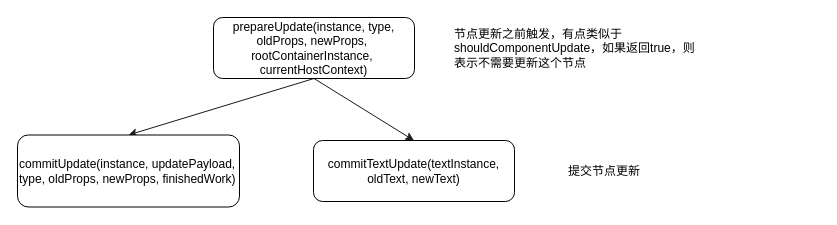
Above: page "第 5 页" (5 of 6) of source/_drawio/remax.drawio in ivan-94/bobi.ink (draw.io), before the change. Source tidied: cells renumbered, new cells numbered last; positions are measured from the earlier drawing's top-left corner, leaving out a move shared by most shapes. Both pictures are drawn from the tidied source at 100%, with x=0, y=0 at pixel (17, 17).
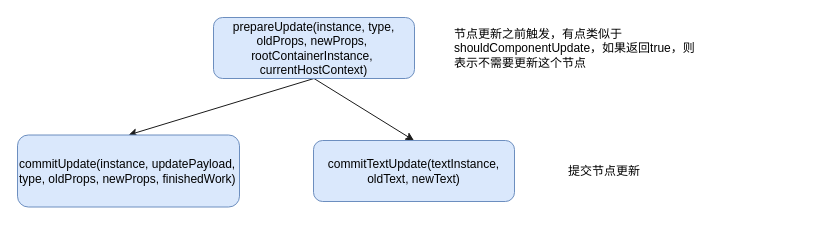
The same diagram, later.

Commit message (it also covers changes not shown here):
feat: remax 完成大体

What changed in the source:
```diff
@@
 <mxGraphModel>
   <root>
     <mxCell id="0" />
     <mxCell id="1" parent="0" />
     <mxCell id="2" style="rounded=0;jettySize=auto;html=1;exitX=0.5;exitY=1;exitDx=0;exitDy=0;entryX=0.5;entryY=0;entryDx=0;entryDy=0;strokeColor=#1A1A1A;" parent="1" edge="1" source="4" target="8">
       <mxGeometry relative="1" as="geometry" />
     </mxCell>
     <mxCell id="3" style="edgeStyle=none;rounded=0;jettySize=auto;html=1;exitX=0.5;exitY=1;exitDx=0;exitDy=0;entryX=0.5;entryY=0;entryDx=0;entryDy=0;strokeColor=#1A1A1A;" parent="1" edge="1" source="4" target="6">
       <mxGeometry relative="1" as="geometry" />
     </mxCell>
-    <mxCell id="4" value="&lt;div&gt;&amp;nbsp;prepareUpdate(&lt;span&gt;instance,&amp;nbsp;&lt;/span&gt;&lt;span&gt;type,&amp;nbsp;&lt;/span&gt;&lt;/div&gt;&lt;div&gt;&lt;span&gt;oldProps,&amp;nbsp;&lt;/span&gt;&lt;span&gt;newProps,&amp;nbsp;&lt;/span&gt;&lt;/div&gt;&lt;div&gt;&lt;span&gt;rootContainerInstance,&amp;nbsp;&lt;/span&gt;&lt;/div&gt;&lt;div&gt;&lt;span&gt;currentHostContext&lt;/span&gt;&lt;span&gt;)&lt;/span&gt;&lt;/div&gt;" style="rounded=1;whiteSpace=wrap;html=1;align=center;" parent="1" vertex="1">
+    <mxCell id="4" value="&lt;div&gt;&amp;nbsp;prepareUpdate(&lt;span&gt;instance,&amp;nbsp;&lt;/span&gt;&lt;span&gt;type,&amp;nbsp;&lt;/span&gt;&lt;/div&gt;&lt;div&gt;&lt;span&gt;oldProps,&amp;nbsp;&lt;/span&gt;&lt;span&gt;newProps,&amp;nbsp;&lt;/span&gt;&lt;/div&gt;&lt;div&gt;&lt;span&gt;rootContainerInstance,&amp;nbsp;&lt;/span&gt;&lt;/div&gt;&lt;div&gt;&lt;span&gt;currentHostContext&lt;/span&gt;&lt;span&gt;)&lt;/span&gt;&lt;/div&gt;" style="rounded=1;whiteSpace=wrap;html=1;align=center;fillColor=#dae8fc;strokeColor=#6c8ebf;" parent="1" vertex="1">
       <mxGeometry x="196" width="201" height="61" as="geometry" />
     </mxCell>
     <mxCell id="5" value="节点更新之前触发，有点类似于shouldComponentUpdate，如果返回true，则表示不需要更新这个节点" style="text;html=1;strokeColor=none;fillColor=none;align=left;verticalAlign=middle;whiteSpace=wrap;rounded=0;" parent="1" vertex="1">
       <mxGeometry x="435" y="21" width="253" height="20" as="geometry" />
     </mxCell>
-    <mxCell id="6" value="&lt;div&gt;commitUpdate(&lt;span&gt;instance,&amp;nbsp;&lt;/span&gt;&lt;span&gt;updatePayload,&lt;/span&gt;&lt;/div&gt;&lt;div&gt;&lt;span&gt;type,&amp;nbsp;&lt;/span&gt;&lt;span&gt;oldProps,&amp;nbsp;&lt;/span&gt;&lt;span&gt;newProps,&amp;nbsp;&lt;/span&gt;&lt;span&gt;finishedWork&lt;/span&gt;&lt;span&gt;)&lt;/span&gt;&lt;/div&gt;" style="rounded=1;whiteSpace=wrap;html=1;align=left;" parent="1" vertex="1">
+    <mxCell id="6" value="&lt;div&gt;commitUpdate(&lt;span&gt;instance,&amp;nbsp;&lt;/span&gt;&lt;span&gt;updatePayload,&lt;/span&gt;&lt;/div&gt;&lt;div&gt;&lt;span&gt;type,&amp;nbsp;&lt;/span&gt;&lt;span&gt;oldProps,&amp;nbsp;&lt;/span&gt;&lt;span&gt;newProps,&amp;nbsp;&lt;/span&gt;&lt;span&gt;finishedWork&lt;/span&gt;&lt;span&gt;)&lt;/span&gt;&lt;/div&gt;" style="rounded=1;whiteSpace=wrap;html=1;align=left;fillColor=#dae8fc;strokeColor=#6c8ebf;" parent="1" vertex="1">
       <mxGeometry y="117.5" width="222" height="72" as="geometry" />
     </mxCell>
     <mxCell id="7" value="提交节点更新" style="text;html=1;strokeColor=none;fillColor=none;align=left;verticalAlign=middle;whiteSpace=wrap;rounded=0;" parent="1" vertex="1">
       <mxGeometry x="549" y="143.5" width="253" height="20" as="geometry" />
     </mxCell>
-    <mxCell id="8" value="commitTextUpdate(textInstance, oldText, newText)" style="rounded=1;whiteSpace=wrap;html=1;align=center;" parent="1" vertex="1">
+    <mxCell id="8" value="commitTextUpdate(textInstance, oldText, newText)" style="rounded=1;whiteSpace=wrap;html=1;align=center;fillColor=#dae8fc;strokeColor=#6c8ebf;" parent="1" vertex="1">
       <mxGeometry x="296" y="123" width="201" height="61" as="geometry" />
     </mxCell>
   </root>
 </mxGraphModel>
```
